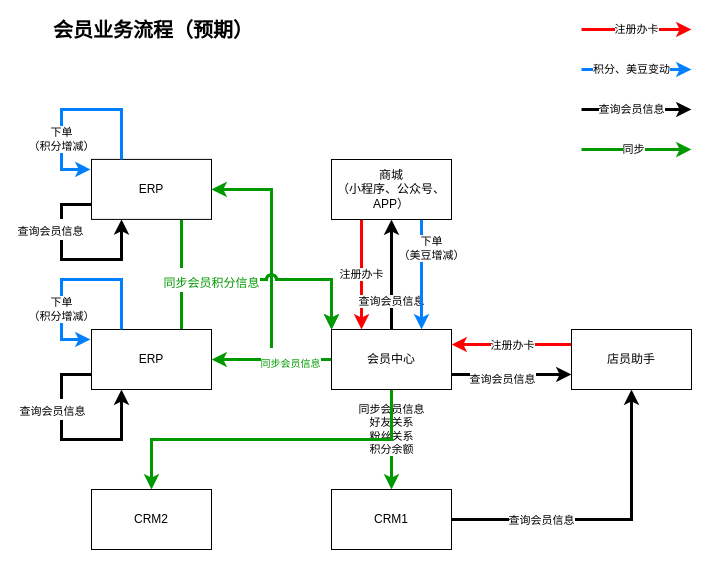
The draw.io diagram page "Page-1" (1 of 2) of Untitled Diagram.drawio in JustDoItHilary/HilarysTraining, before the edit. Source tidied: cells renumbered, new cells numbered last; positions are measured from the earlier drawing's top-left corner, leaving out a move shared by most shapes. Both pictures are drawn from the tidied source at 100%, with x=0, y=0 at pixel (51, 19).
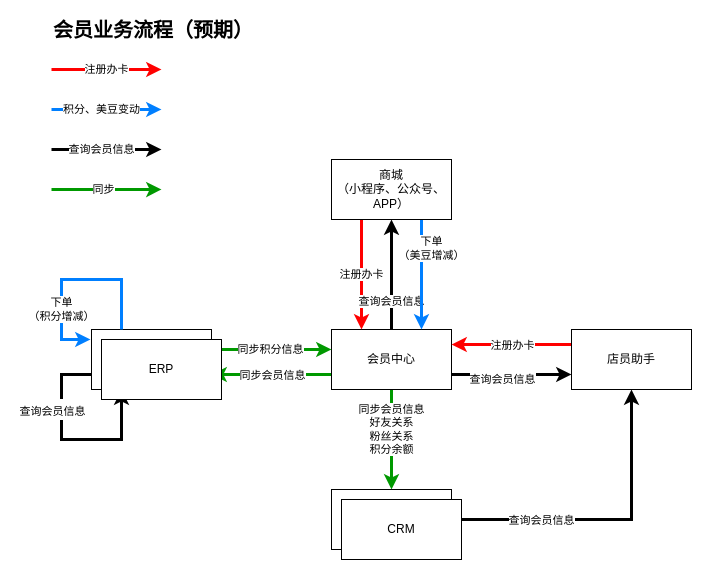
Above is the later version.

Unchanged cells that the change refers to:
```xml
<mxCell id="8" value="会员中心" style="rounded=0;whiteSpace=wrap;html=1;" parent="1" vertex="1">
  <mxGeometry x="280" y="310" width="120" height="60" as="geometry" />
</mxCell>
<mxCell id="14" value="ERP" style="rounded=0;whiteSpace=wrap;html=1;" parent="1" vertex="1">
  <mxGeometry x="40" y="310" width="120" height="60" as="geometry" />
</mxCell>
```

What changed in the source:
```diff
@@
+    <mxCell id="6" style="edgeStyle=orthogonalEdgeStyle;rounded=0;jettySize=auto;html=1;entryX=1;entryY=0.75;entryDx=0;entryDy=0;fillColor=#fff2cc;strokeWidth=3;strokeColor=#009900;" parent="1" edge="1" source="8" target="14">
+      <mxGeometry relative="1" as="geometry">
+        <Array as="points">
+          <mxPoint x="280" y="355" />
+          <mxPoint x="280" y="355" />
+        </Array>
+      </mxGeometry>
+    </mxCell>
+    <mxCell id="7" value="同步会员信息" style="edgeLabel;html=1;align=center;verticalAlign=middle;" parent="6" vertex="1">
+      <mxGeometry x="0.2" relative="1" as="geometry">
+        <mxPoint x="12" as="offset" />
+      </mxGeometry>
+    </mxCell>
@@
-    <mxCell id="5" style="edgeStyle=orthogonalEdgeStyle;rounded=0;jettySize=auto;html=1;exitX=0.5;exitY=1;exitDx=0;exitDy=0;entryX=0.5;entryY=0;entryDx=0;entryDy=0;strokeWidth=3;fontSize=20;fontColor=#009900;strokeColor=#009900;" parent="1" edge="1" source="8" target="30">
-      <mxGeometry relative="1" as="geometry" />
-    </mxCell>
-    <mxCell id="6" style="edgeStyle=orthogonalEdgeStyle;rounded=0;jettySize=auto;html=1;exitX=0;exitY=0.5;exitDx=0;exitDy=0;entryX=1;entryY=0.5;entryDx=0;entryDy=0;strokeColor=#009900;strokeWidth=3;fontSize=20;fontColor=#009900;jumpStyle=arc;" parent="1" edge="1" source="8" target="14">
-      <mxGeometry relative="1" as="geometry" />
-    </mxCell>
-    <mxCell id="7" value="&lt;font size=&quot;1&quot;&gt;同步会员信息&lt;/font&gt;" style="edgeStyle=orthogonalEdgeStyle;rounded=0;jettySize=auto;html=1;exitX=0;exitY=0.5;exitDx=0;exitDy=0;entryX=1;entryY=0.5;entryDx=0;entryDy=0;strokeColor=#009900;strokeWidth=3;fontSize=20;fontColor=#009900;jumpStyle=arc;" parent="1" edge="1" source="8" target="32">
-      <mxGeometry x="-0.72" relative="1" as="geometry">
-        <Array as="points">
-          <mxPoint x="220" y="340" />
-          <mxPoint x="220" y="170" />
-        </Array>
-      </mxGeometry>
-    </mxCell>
@@
-    <mxCell id="13" style="edgeStyle=orthogonalEdgeStyle;rounded=0;jettySize=auto;html=1;exitX=0.75;exitY=0;exitDx=0;exitDy=0;entryX=0;entryY=0;entryDx=0;entryDy=0;strokeColor=#009900;strokeWidth=3;fontSize=20;fontColor=#009900;jumpStyle=arc;" parent="1" edge="1" source="14" target="8">
-      <mxGeometry relative="1" as="geometry">
-        <Array as="points">
-          <mxPoint x="130" y="260" />
-          <mxPoint x="280" y="260" />
-        </Array>
-      </mxGeometry>
-    </mxCell>
+    <mxCell id="36" style="edgeStyle=orthogonalEdgeStyle;rounded=0;jettySize=auto;html=1;fillColor=#fff2cc;strokeWidth=3;strokeColor=#009900;" parent="1" edge="1" source="14">
+      <mxGeometry relative="1" as="geometry">
+        <mxPoint x="280" y="330" as="targetPoint" />
+        <Array as="points">
+          <mxPoint x="190" y="330" />
+          <mxPoint x="190" y="330" />
+        </Array>
+      </mxGeometry>
+    </mxCell>
+    <mxCell id="37" value="同步积分信息" style="edgeLabel;html=1;align=center;verticalAlign=middle;" parent="36" vertex="1">
+      <mxGeometry x="0.17" y="1" relative="1" as="geometry">
+        <mxPoint x="-12" as="offset" />
+      </mxGeometry>
+    </mxCell>
@@
     <mxCell id="22" value="注册办卡" style="edgeStyle=orthogonalEdgeStyle;rounded=0;orthogonalLoop=1;jettySize=auto;html=1;fillColor=#f8cecc;strokeColor=#FF0000;strokeWidth=3;" parent="1" edge="1">
       <mxGeometry relative="1" as="geometry">
-        <mxPoint x="530" y="10" as="sourcePoint" />
-        <mxPoint x="640" y="10" as="targetPoint" />
+        <mxPoint y="50" as="sourcePoint" />
+        <mxPoint x="110" y="50" as="targetPoint" />
         <Array as="points">
-          <mxPoint x="530" y="10" />
+          <mxPoint y="50" />
         </Array>
       </mxGeometry>
     </mxCell>
     <mxCell id="23" value="积分、美豆变动" style="edgeStyle=orthogonalEdgeStyle;rounded=0;orthogonalLoop=1;jettySize=auto;html=1;exitX=0.75;exitY=1;exitDx=0;exitDy=0;fillColor=#dae8fc;strokeColor=#007FFF;strokeWidth=3;" parent="1" edge="1">
       <mxGeometry x="-0.09" relative="1" as="geometry">
-        <mxPoint x="530" y="50" as="sourcePoint" />
-        <mxPoint x="640" y="50" as="targetPoint" />
+        <mxPoint y="90" as="sourcePoint" />
+        <mxPoint x="110" y="90" as="targetPoint" />
       </mxGeometry>
     </mxCell>
     <mxCell id="24" value="查询会员信息" style="edgeStyle=orthogonalEdgeStyle;rounded=0;orthogonalLoop=1;jettySize=auto;html=1;exitX=0.5;exitY=1;exitDx=0;exitDy=0;strokeWidth=3;" parent="1" edge="1">
       <mxGeometry x="-0.09" relative="1" as="geometry">
-        <mxPoint x="530" y="90" as="sourcePoint" />
-        <mxPoint x="640" y="90" as="targetPoint" />
+        <mxPoint y="130" as="sourcePoint" />
+        <mxPoint x="110" y="130" as="targetPoint" />
         <Array as="points">
-          <mxPoint x="530" y="90" />
+          <mxPoint y="130" />
         </Array>
       </mxGeometry>
     </mxCell>
@@
     <mxCell id="28" style="edgeStyle=orthogonalEdgeStyle;rounded=0;orthogonalLoop=1;jettySize=auto;html=1;fillColor=#fff2cc;strokeWidth=3;strokeColor=#009900;" parent="1" edge="1">
       <mxGeometry relative="1" as="geometry">
-        <mxPoint x="530" y="130.1" as="sourcePoint" />
-        <mxPoint x="640" y="130" as="targetPoint" />
+        <mxPoint y="170.1" as="sourcePoint" />
+        <mxPoint x="110" y="170" as="targetPoint" />
         <Array as="points">
-          <mxPoint x="560" y="130" />
-          <mxPoint x="560" y="130" />
+          <mxPoint x="30" y="170" />
+          <mxPoint x="30" y="170" />
         </Array>
       </mxGeometry>
     </mxCell>
@@
-    <mxCell id="30" value="CRM2" style="rounded=0;whiteSpace=wrap;html=1;" parent="1" vertex="1">
-      <mxGeometry x="40" y="470" width="120" height="60" as="geometry" />
-    </mxCell>
-    <mxCell id="31" value="&lt;font style=&quot;font-size: 12px&quot;&gt;同步会员积分信息&lt;/font&gt;" style="edgeStyle=orthogonalEdgeStyle;rounded=0;jettySize=auto;html=1;exitX=0.75;exitY=1;exitDx=0;exitDy=0;entryX=0;entryY=0;entryDx=0;entryDy=0;strokeColor=#009900;strokeWidth=3;fontSize=20;fontColor=#009900;jumpStyle=arc;" parent="1" edge="1" source="32" target="8">
-      <mxGeometry x="-0.31" relative="1" as="geometry">
-        <Array as="points">
-          <mxPoint x="130" y="260" />
-          <mxPoint x="280" y="260" />
-        </Array>
-      </mxGeometry>
-    </mxCell>
     <mxCell id="32" value="ERP" style="rounded=0;whiteSpace=wrap;html=1;" parent="1" vertex="1">
-      <mxGeometry x="40" y="139.9" width="120" height="60" as="geometry" />
+      <mxGeometry x="50" y="320" width="120" height="60" as="geometry" />
     </mxCell>
-    <mxCell id="33" value="下单&lt;br&gt;（积分增减）" style="edgeStyle=orthogonalEdgeStyle;rounded=0;jettySize=auto;html=1;exitX=0.25;exitY=0;exitDx=0;exitDy=0;strokeColor=#007FFF;strokeWidth=3;" parent="1" edge="1" source="32">
-      <mxGeometry x="0.41" relative="1" as="geometry">
-        <mxPoint x="39" y="149.9" as="targetPoint" />
-        <Array as="points">
-          <mxPoint x="70" y="89.9" />
-          <mxPoint x="10" y="89.9" />
-          <mxPoint x="10" y="149.9" />
-        </Array>
-      </mxGeometry>
-    </mxCell>
-    <mxCell id="34" style="edgeStyle=orthogonalEdgeStyle;rounded=0;orthogonalLoop=1;jettySize=auto;html=1;exitX=0;exitY=0.75;exitDx=0;exitDy=0;strokeWidth=3;fontSize=18;entryX=0.25;entryY=1;entryDx=0;entryDy=0;" parent="1" edge="1" source="32" target="32">
-      <mxGeometry relative="1" as="geometry">
-        <Array as="points">
-          <mxPoint x="10" y="185" />
-          <mxPoint x="10" y="240" />
-          <mxPoint x="70" y="240" />
-        </Array>
-      </mxGeometry>
-    </mxCell>
-    <mxCell id="35" value="&lt;span style=&quot;font-size: 11px&quot;&gt;查询会员信息&lt;/span&gt;" style="edgeLabel;html=1;align=center;verticalAlign=middle;fontSize=18;" parent="34" vertex="1">
-      <mxGeometry x="0.22" relative="1" as="geometry">
-        <mxPoint x="-39.6" y="-30.1" as="offset" />
-      </mxGeometry>
-    </mxCell>
+    <mxCell id="38" value="CRM" style="rounded=0;whiteSpace=wrap;html=1;" parent="1" vertex="1">
+      <mxGeometry x="290" y="480" width="120" height="60" as="geometry" />
+    </mxCell>
```
